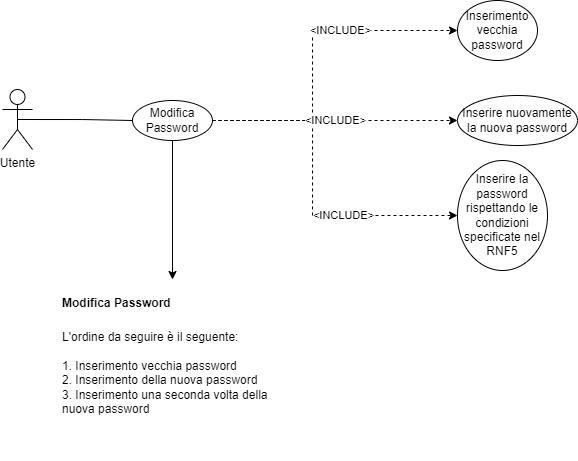
Before: Png Diagrammi RF/Requisiti-RF 8.png, a diagram exported from draw.io (ski-online/Documents). Source tidied: cells renumbered, new cells last; positions are measured from the earlier drawing's top-left corner, leaving out a move shared by most shapes. The source it was exported from:
```xml
<mxGraphModel>
  <root>
    <mxCell id="0" />
    <mxCell id="1" parent="0" />
    <mxCell id="2" style="edgeStyle=orthogonalEdgeStyle;rounded=0;jettySize=auto;html=1;exitX=0.5;exitY=0.5;exitDx=0;exitDy=0;exitPerimeter=0;entryX=0;entryY=0.5;entryDx=0;entryDy=0;startArrow=none;startFill=0;endArrow=none;endFill=0;" parent="1" edge="1" source="3" target="11">
      <mxGeometry relative="1" as="geometry" />
    </mxCell>
    <mxCell id="3" value="Utente" style="shape=umlActor;verticalLabelPosition=bottom;verticalAlign=top;html=1;outlineConnect=0;" parent="1" vertex="1">
      <mxGeometry y="89" width="30" height="60" as="geometry" />
    </mxCell>
    <mxCell id="4" style="edgeStyle=orthogonalEdgeStyle;rounded=0;jettySize=auto;html=1;exitX=1;exitY=0.5;exitDx=0;exitDy=0;entryX=0;entryY=0.5;entryDx=0;entryDy=0;dashed=1;startArrow=none;startFill=0;endArrow=classic;endFill=1;" parent="1" edge="1" source="11" target="12">
      <mxGeometry relative="1" as="geometry">
        <Array as="points">
          <mxPoint x="310" y="120" />
          <mxPoint x="310" y="30" />
        </Array>
      </mxGeometry>
    </mxCell>
    <mxCell id="5" value="&amp;lt;INCLUDE&amp;gt;" style="edgeLabel;html=1;align=center;verticalAlign=middle;" parent="4" vertex="1">
      <mxGeometry x="0.27" y="-1" relative="1" as="geometry">
        <mxPoint x="5" y="-1" as="offset" />
      </mxGeometry>
    </mxCell>
    <mxCell id="6" style="edgeStyle=orthogonalEdgeStyle;rounded=0;jettySize=auto;html=1;exitX=1;exitY=0.5;exitDx=0;exitDy=0;entryX=0;entryY=0.5;entryDx=0;entryDy=0;dashed=1;startArrow=none;startFill=0;endArrow=classic;endFill=1;" parent="1" edge="1" source="11" target="14">
      <mxGeometry relative="1" as="geometry">
        <Array as="points">
          <mxPoint x="310" y="120" />
          <mxPoint x="310" y="215" />
        </Array>
      </mxGeometry>
    </mxCell>
    <mxCell id="7" value="&amp;lt;INCLUDE&amp;gt;" style="edgeLabel;html=1;align=center;verticalAlign=middle;" parent="6" vertex="1">
      <mxGeometry x="0.35" y="2" relative="1" as="geometry">
        <mxPoint x="-4" y="2" as="offset" />
      </mxGeometry>
    </mxCell>
    <mxCell id="8" style="edgeStyle=orthogonalEdgeStyle;rounded=0;jettySize=auto;html=1;exitX=1;exitY=0.5;exitDx=0;exitDy=0;entryX=0;entryY=0.5;entryDx=0;entryDy=0;dashed=1;" parent="1" edge="1" source="11" target="13">
      <mxGeometry relative="1" as="geometry">
        <Array as="points">
          <mxPoint x="370" y="120" />
          <mxPoint x="370" y="120" />
        </Array>
      </mxGeometry>
    </mxCell>
    <mxCell id="9" value="&amp;lt;INCLUDE&amp;gt;" style="edgeLabel;html=1;align=center;verticalAlign=middle;" parent="8" vertex="1">
      <mxGeometry x="0.1" relative="1" as="geometry">
        <mxPoint x="-12" as="offset" />
      </mxGeometry>
    </mxCell>
    <mxCell id="10" style="edgeStyle=orthogonalEdgeStyle;rounded=0;jettySize=auto;html=1;exitX=0.5;exitY=1;exitDx=0;exitDy=0;fontSize=12;" parent="1" edge="1" source="11" target="15">
      <mxGeometry relative="1" as="geometry" />
    </mxCell>
    <mxCell id="11" value="&lt;div style=&quot;&quot;&gt;&lt;span style=&quot;background-color: initial;&quot;&gt;Modifica Password&lt;/span&gt;&lt;/div&gt;" style="ellipse;whiteSpace=wrap;html=1;align=center;" parent="1" vertex="1">
      <mxGeometry x="130" y="100" width="80" height="40" as="geometry" />
    </mxCell>
    <mxCell id="12" value="Inserimento vecchia password" style="ellipse;whiteSpace=wrap;html=1;" parent="1" vertex="1">
      <mxGeometry x="455" width="80" height="60" as="geometry" />
    </mxCell>
    <mxCell id="13" value="Inserire nuovamente la nuova password" style="ellipse;whiteSpace=wrap;html=1;" parent="1" vertex="1">
      <mxGeometry x="455" y="95" width="120" height="50" as="geometry" />
    </mxCell>
    <mxCell id="14" value="Inserire la password rispettando le condizioni specificate nel RNF5" style="ellipse;whiteSpace=wrap;html=1;" parent="1" vertex="1">
      <mxGeometry x="455" y="160" width="90" height="110" as="geometry" />
    </mxCell>
    <mxCell id="15" value="&lt;h1&gt;&lt;font style=&quot;font-size: 12px;&quot;&gt;Modifica Password&lt;/font&gt;&lt;/h1&gt;&lt;div style=&quot;&quot;&gt;&lt;font style=&quot;font-size: 12px;&quot;&gt;&lt;span style=&quot;background-color: initial;&quot;&gt;L'ordine da seguire è il seguente&lt;/span&gt;&lt;span style=&quot;background-color: initial;&quot;&gt;:&lt;/span&gt;&lt;/font&gt;&lt;/div&gt;&lt;div style=&quot;&quot;&gt;&lt;span style=&quot;background-color: initial;&quot;&gt;&lt;font style=&quot;font-size: 12px;&quot;&gt;&lt;br&gt;&lt;/font&gt;&lt;/span&gt;&lt;/div&gt;&lt;div style=&quot;&quot;&gt;&lt;span style=&quot;background-color: initial;&quot;&gt;&lt;font style=&quot;font-size: 12px;&quot;&gt;1. Inserimento vecchia password&lt;/font&gt;&lt;/span&gt;&lt;/div&gt;&lt;div style=&quot;&quot;&gt;&lt;span style=&quot;background-color: initial;&quot;&gt;&lt;font style=&quot;font-size: 12px;&quot;&gt;2. Inserimento della nuova password&lt;/font&gt;&lt;/span&gt;&lt;/div&gt;&lt;div style=&quot;&quot;&gt;&lt;span style=&quot;background-color: initial;&quot;&gt;&lt;font style=&quot;font-size: 12px;&quot;&gt;3. Inserimento una seconda volta della nuova password&lt;/font&gt;&lt;/span&gt;&lt;/div&gt;" style="text;html=1;strokeColor=none;fillColor=none;spacing=5;spacingTop=-20;whiteSpace=wrap;overflow=hidden;rounded=0;align=left;" parent="1" vertex="1">
      <mxGeometry x="55" y="279" width="230" height="180" as="geometry" />
    </mxCell>
  </root>
</mxGraphModel>
```
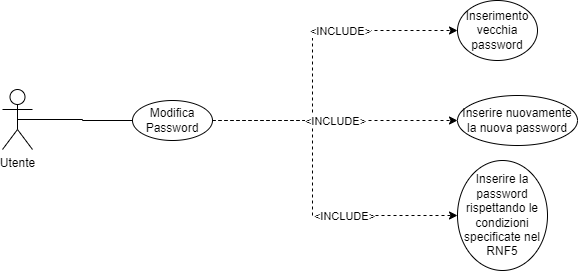
After the commit.

Commit message:
Correzione Use Case

Change to the diagram source:
```diff
@@ -47,9 +47,6 @@
         <mxPoint x="-12" as="offset" />
       </mxGeometry>
     </mxCell>
-    <mxCell id="10" style="edgeStyle=orthogonalEdgeStyle;rounded=0;jettySize=auto;html=1;exitX=0.5;exitY=1;exitDx=0;exitDy=0;fontSize=12;" parent="1" edge="1" source="11" target="15">
-      <mxGeometry relative="1" as="geometry" />
-    </mxCell>
     <mxCell id="11" value="&lt;div style=&quot;&quot;&gt;&lt;span style=&quot;background-color: initial;&quot;&gt;Modifica Password&lt;/span&gt;&lt;/div&gt;" style="ellipse;whiteSpace=wrap;html=1;align=center;" parent="1" vertex="1">
       <mxGeometry x="130" y="100" width="80" height="40" as="geometry" />
     </mxCell>
@@ -62,8 +59,5 @@
     <mxCell id="14" value="Inserire la password rispettando le condizioni specificate nel RNF5" style="ellipse;whiteSpace=wrap;html=1;" parent="1" vertex="1">
       <mxGeometry x="455" y="160" width="90" height="110" as="geometry" />
     </mxCell>
-    <mxCell id="15" value="&lt;h1&gt;&lt;font style=&quot;font-size: 12px;&quot;&gt;Modifica Password&lt;/font&gt;&lt;/h1&gt;&lt;div style=&quot;&quot;&gt;&lt;font style=&quot;font-size: 12px;&quot;&gt;&lt;span style=&quot;background-color: initial;&quot;&gt;L'ordine da seguire è il seguente&lt;/span&gt;&lt;span style=&quot;background-color: initial;&quot;&gt;:&lt;/span&gt;&lt;/font&gt;&lt;/div&gt;&lt;div style=&quot;&quot;&gt;&lt;span style=&quot;background-color: initial;&quot;&gt;&lt;font style=&quot;font-size: 12px;&quot;&gt;&lt;br&gt;&lt;/font&gt;&lt;/span&gt;&lt;/div&gt;&lt;div style=&quot;&quot;&gt;&lt;span style=&quot;background-color: initial;&quot;&gt;&lt;font style=&quot;font-size: 12px;&quot;&gt;1. Inserimento vecchia password&lt;/font&gt;&lt;/span&gt;&lt;/div&gt;&lt;div style=&quot;&quot;&gt;&lt;span style=&quot;background-color: initial;&quot;&gt;&lt;font style=&quot;font-size: 12px;&quot;&gt;2. Inserimento della nuova password&lt;/font&gt;&lt;/span&gt;&lt;/div&gt;&lt;div style=&quot;&quot;&gt;&lt;span style=&quot;background-color: initial;&quot;&gt;&lt;font style=&quot;font-size: 12px;&quot;&gt;3. Inserimento una seconda volta della nuova password&lt;/font&gt;&lt;/span&gt;&lt;/div&gt;" style="text;html=1;strokeColor=none;fillColor=none;spacing=5;spacingTop=-20;whiteSpace=wrap;overflow=hidden;rounded=0;align=left;" parent="1" vertex="1">
-      <mxGeometry x="55" y="279" width="230" height="180" as="geometry" />
-    </mxCell>
   </root>
 </mxGraphModel>
```
